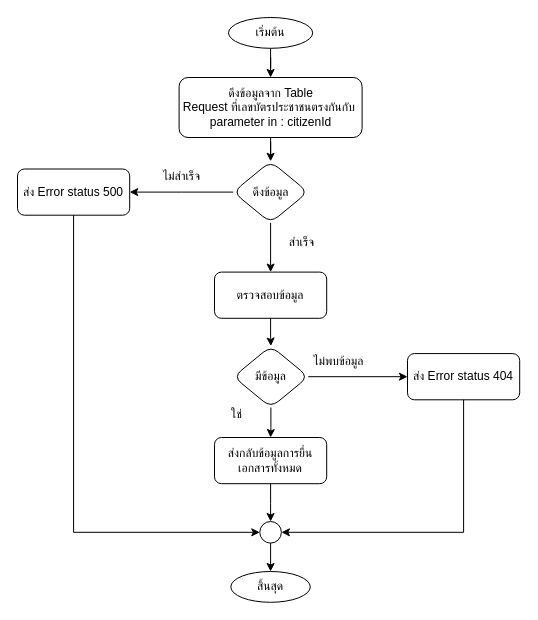
Above: getRequestByCitizen.drawio in charifrodmanee/charifrodmanee (draw.io), before the change. Source tidied: cells renumbered, new cells numbered last; positions are measured from the earlier drawing's top-left corner, leaving out a move shared by most shapes. Both pictures are drawn from the tidied source at 100%, with x=0, y=0 at pixel (17, 17).
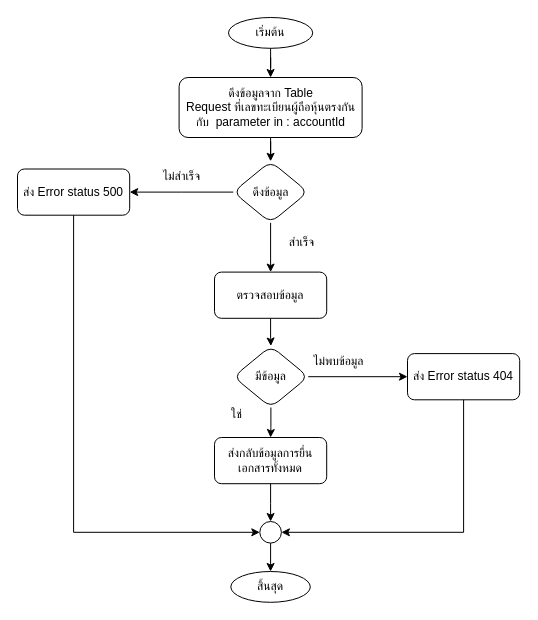
The same page after the edit.

Unchanged cells that the change refers to:
```xml
<mxCell id="2" style="group;" parent="1" vertex="1">
  <mxGeometry width="502.2" height="584.8" as="geometry" />
</mxCell>
```

What changed in the source:
```diff
@@
-    <mxCell id="14" value="ดึงข้อมูลจาก Table&lt;br&gt;Request ที่เลขบัตรประชาชนตรงกันกับ&amp;nbsp; parameter in : citizenId" style="rounded=1;whiteSpace=wrap;html=1;" parent="2" vertex="1">
+    <mxCell id="14" value="ดึงข้อมูลจาก Table&lt;br&gt;Request ที่เลขทะเบียนผู้ถือหุ้นตรงกันกับ&amp;nbsp; parameter in : accountId" style="rounded=1;whiteSpace=wrap;html=1;" parent="2" vertex="1">
       <mxGeometry x="161.6" y="60" width="183" height="60" as="geometry" />
     </mxCell>
```
